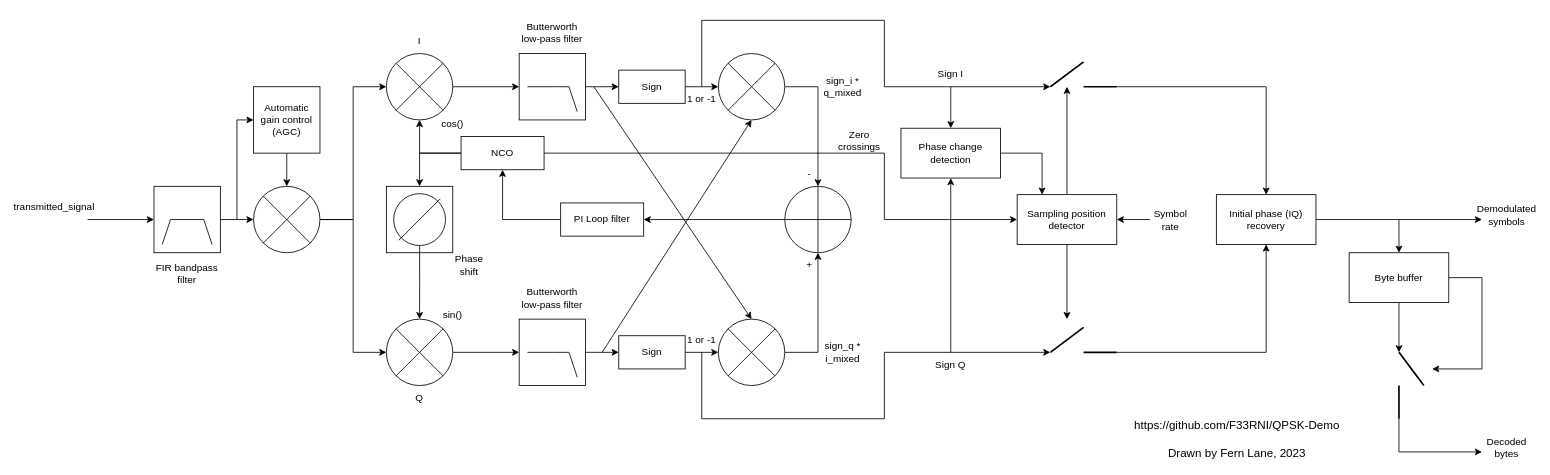
The draw.io diagram drawio/QPSK-Demo demodulator.drawio in F33RNI/QPSK-Demo, before the edit. Source tidied: cells renumbered, new cells numbered last; positions are measured from the earlier drawing's top-left corner, leaving out a move shared by most shapes. Both pictures are drawn from the tidied source at 83%, with x=0, y=0 at pixel (29, 20).
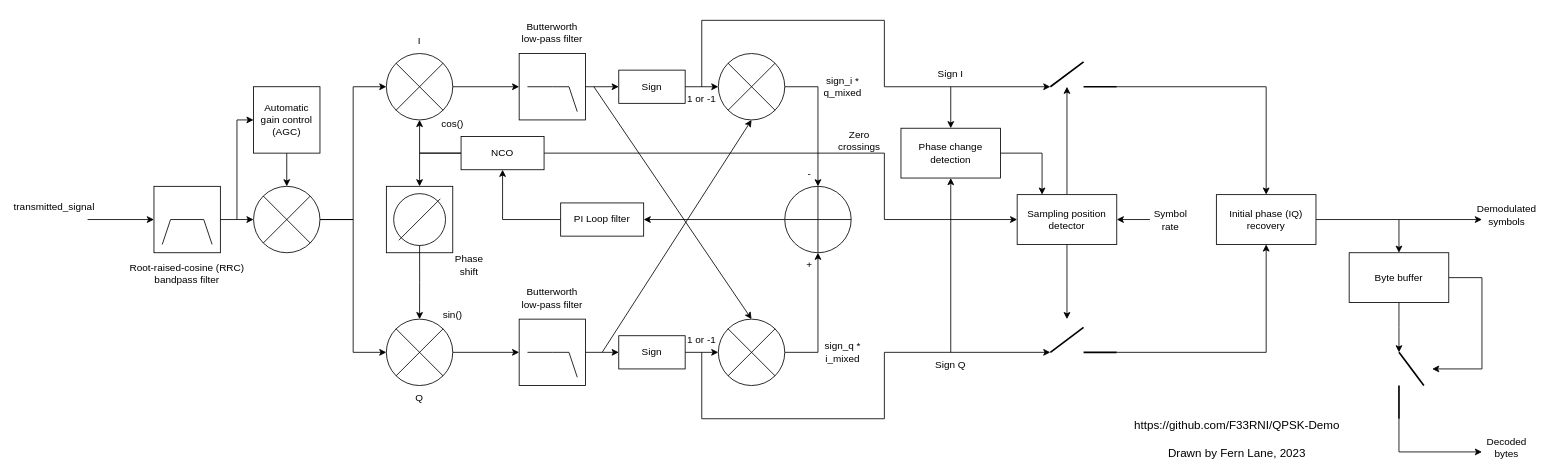
The same page after the edit.

Commit message (it also covers changes not shown here):
Replace FIR filter with RRC

The edit, as a diff of the source:
```diff
@@
-    <mxCell id="14" value="FIR bandpass filter" style="text;html=1;strokeColor=none;fillColor=none;align=center;verticalAlign=middle;whiteSpace=wrap;rounded=0;" parent="1" vertex="1">
-      <mxGeometry x="140" y="290" width="100" height="30" as="geometry" />
-    </mxCell>
@@
+    <mxCell id="98" value="Root-raised-cosine (RRC) bandpass filter" style="text;html=1;strokeColor=none;fillColor=none;align=center;verticalAlign=middle;whiteSpace=wrap;rounded=0;" parent="1" vertex="1">
+      <mxGeometry x="115" y="290" width="150" height="30" as="geometry" />
+    </mxCell>
```
